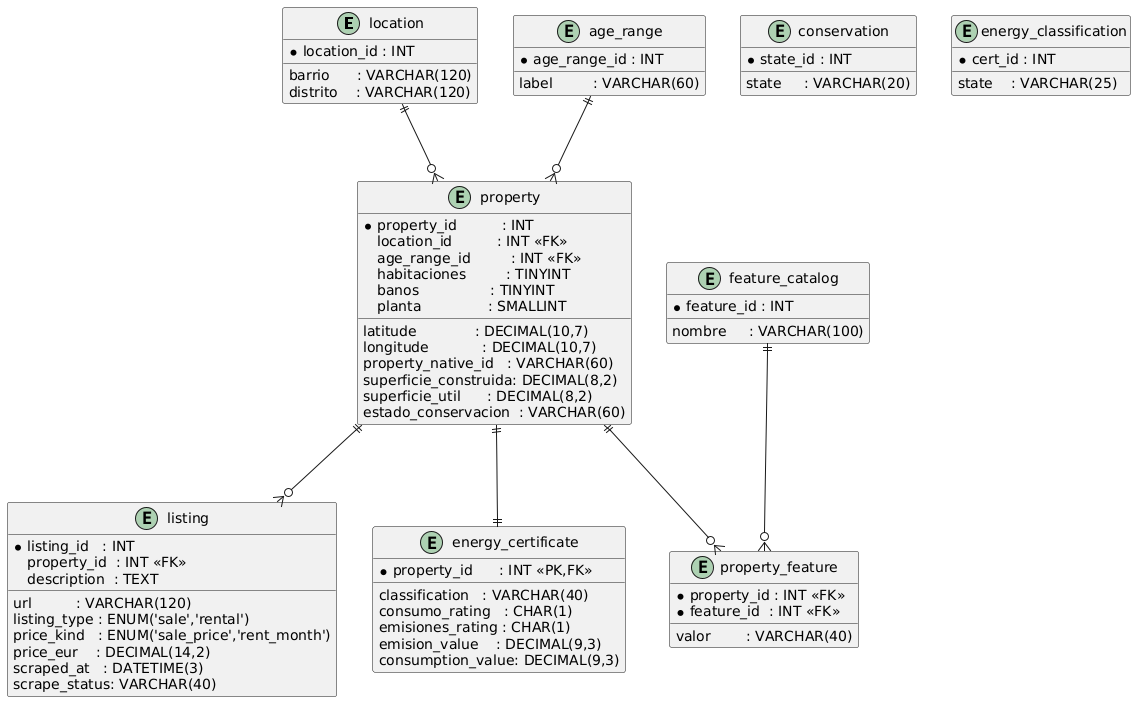
Above: sql/Cuarto esquema entidad relacion.png in HFrutos/streamlit-house-price-prediction (PlantUML), before the change. Its diagram source:
```plantuml
@startuml
hide stereotypes
skinparam entity {
  BackgroundColor White
  BorderColor Black
}

entity "location" as location {
  * location_id : INT
    barrio      : VARCHAR(120)
    distrito    : VARCHAR(120)
}

entity "age_range" as age_range {
  * age_range_id : INT
    label         : VARCHAR(60)
}

entity "conservation" as conservation {
  * state_id : INT
    state     : VARCHAR(20)
}

entity "energy_classification" as energy_classification {
  * cert_id : INT
    state    : VARCHAR(25)
}

entity "property" as property {
  * property_id          : INT
    location_id          : INT <<FK>>
    age_range_id         : INT <<FK>>
    latitude             : DECIMAL(10,7)
    longitude            : DECIMAL(10,7)
    property_native_id   : VARCHAR(60)
    superficie_construida: DECIMAL(8,2)
    superficie_util      : DECIMAL(8,2)
    habitaciones         : TINYINT
    banos                : TINYINT
    planta               : SMALLINT
    estado_conservacion  : VARCHAR(60)
}

entity "listing" as listing {
  * listing_id   : INT
    property_id  : INT <<FK>>
    url          : VARCHAR(120)
    listing_type : ENUM('sale','rental')
    price_kind   : ENUM('sale_price','rent_month')
    price_eur    : DECIMAL(14,2)
    scraped_at   : DATETIME(3)
    scrape_status: VARCHAR(40)
    description  : TEXT
}

entity "energy_certificate" as energy_certificate {
  * property_id      : INT <<PK,FK>>
    classification   : VARCHAR(40)
    consumo_rating   : CHAR(1)
    emisiones_rating : CHAR(1)
    emision_value    : DECIMAL(9,3)
    consumption_value: DECIMAL(9,3)
}

entity "feature_catalog" as feature_catalog {
  * feature_id : INT
    nombre     : VARCHAR(100)
}

entity "property_feature" as property_feature {
  * property_id : INT <<FK>>
  * feature_id  : INT <<FK>>
    valor        : VARCHAR(40)
}


location        ||--o{ property           : ""
age_range       ||--o{ property           : ""
property        ||--o{ listing            : ""
property        ||--|| energy_certificate : ""
property        ||--o{ property_feature   : ""
feature_catalog ||--o{ property_feature   : ""
@enduml
```
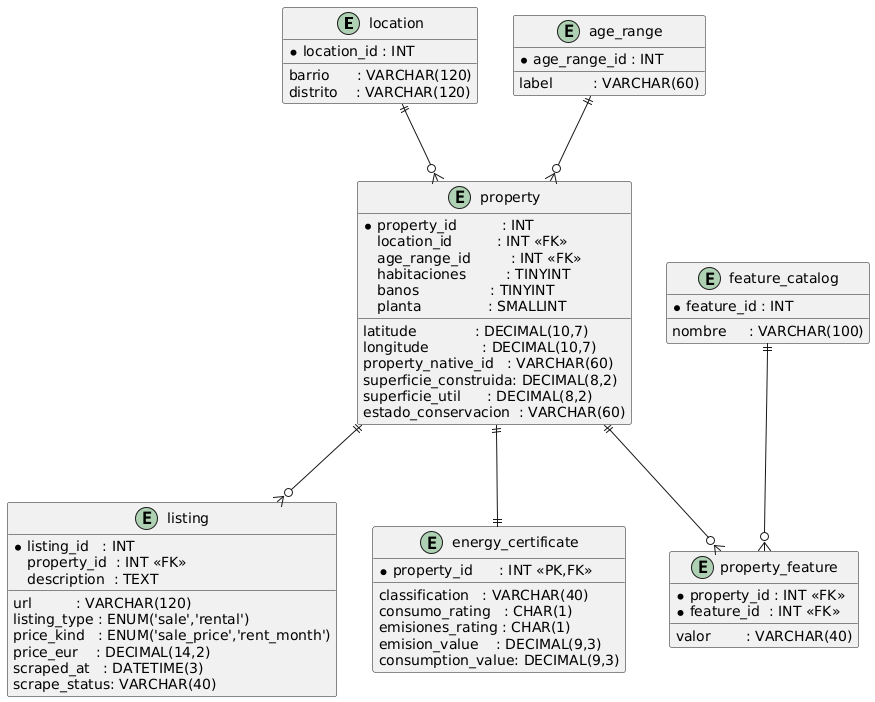
After the commit.

Commit message:
actualizando el esquema entidad relacion

What changed in the source:
```diff
@@ -16,15 +16,6 @@
     label         : VARCHAR(60)
 }
 
-entity "conservation" as conservation {
-  * state_id : INT
-    state     : VARCHAR(20)
-}
-
-entity "energy_classification" as energy_classification {
-  * cert_id : INT
-    state    : VARCHAR(25)
-}
 
 entity "property" as property {
   * property_id          : INT
```
